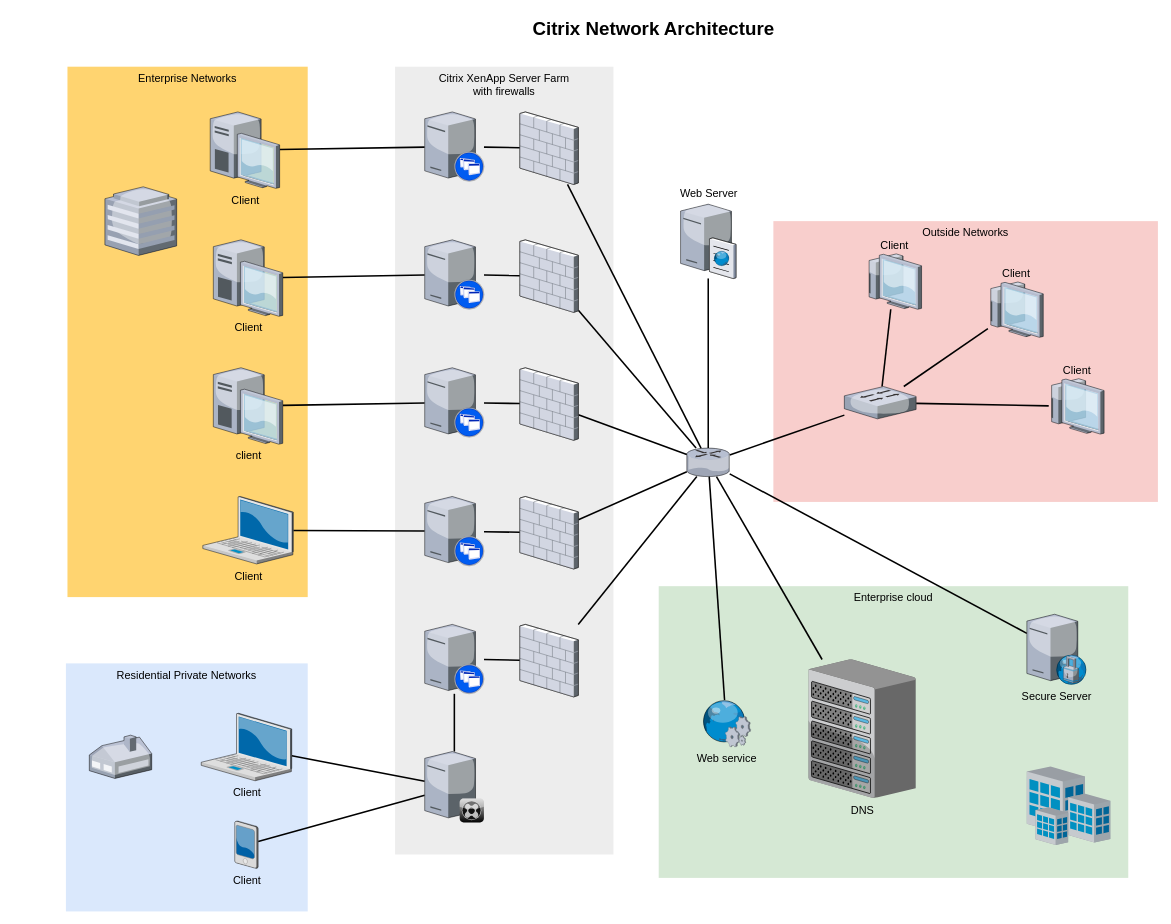
Earlier version of the draw.io diagram Untitled Diagram.drawio (cjjordao09/tutorials). Source tidied: cells renumbered, new cells numbered last; positions are measured from the earlier drawing's top-left corner, leaving out a move shared by most shapes. Both pictures are drawn from the tidied source at 78%, with x=0, y=0 at pixel (66, 13).
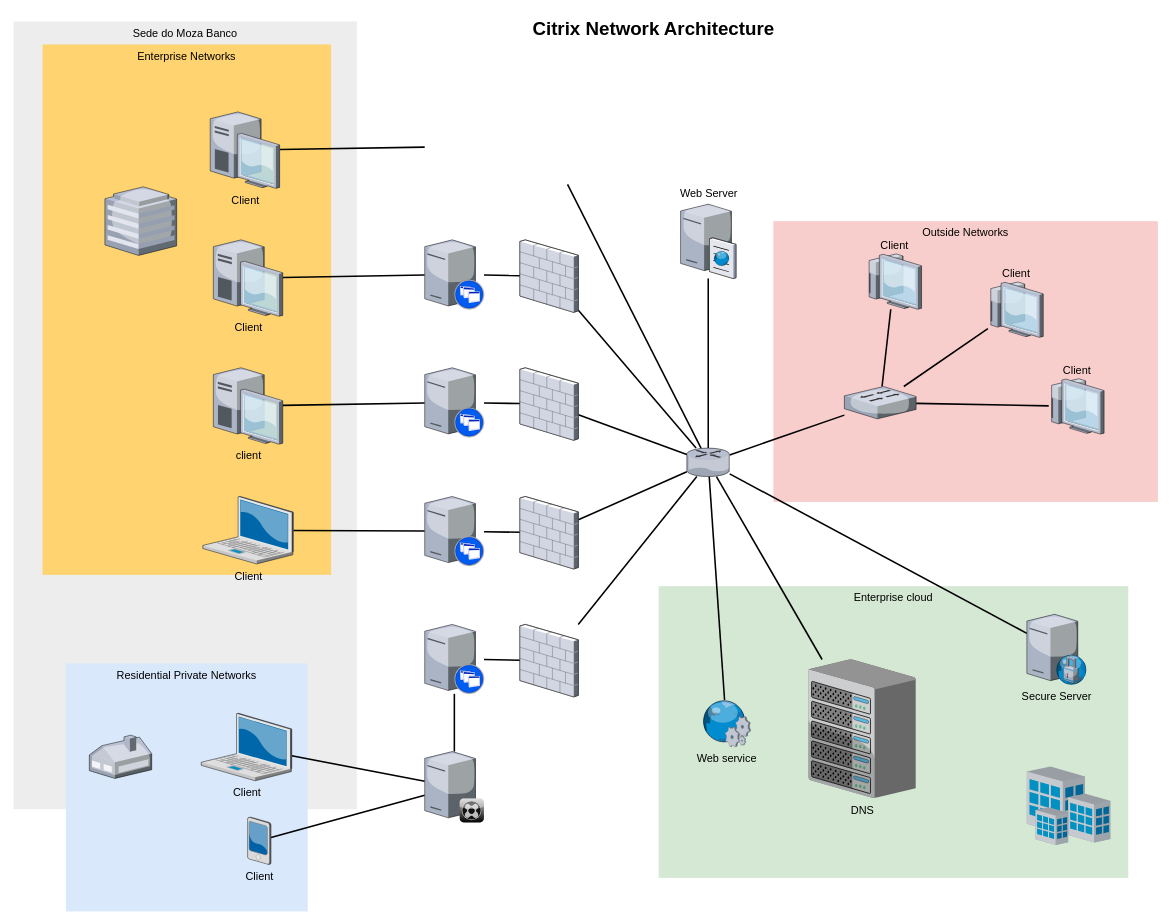
The same page after the edit.

The change refers to these unchanged cells:
```xml
<mxCell id="16" value="Client" style="verticalLabelPosition=bottom;html=1;verticalAlign=top;strokeColor=none;shape=mxgraph.citrix.desktop;fillColor=#66B2FF;gradientColor=#0066CC;fontSize=14;" parent="1" vertex="1">
  <mxGeometry x="185" y="126" width="89" height="98" as="geometry" />
</mxCell>
<mxCell id="33" style="verticalLabelPosition=bottom;html=1;verticalAlign=top;strokeColor=none;shape=mxgraph.citrix.router;fillColor=#66B2FF;gradientColor=#0066CC;fontSize=14;" parent="1" vertex="1">
  <mxGeometry x="796" y="557" width="55" height="36.5" as="geometry" />
</mxCell>
```

The edit, as a diff of the source:
```diff
@@
-    <mxCell id="4" value="Citrix XenApp Server Farm&lt;div&gt;with firewalls&lt;/div&gt;" style="whiteSpace=wrap;html=1;fillColor=#EDEDED;fontSize=14;strokeColor=none;verticalAlign=top;" parent="1" vertex="1">
-      <mxGeometry x="422" y="68" width="280" height="1010" as="geometry" />
+    <mxCell id="4" value="Sede do Moza Banco" style="whiteSpace=wrap;html=1;fillColor=#EDEDED;fontSize=14;strokeColor=none;verticalAlign=top;" parent="1" vertex="1">
+      <mxGeometry x="-67" y="10" width="440" height="1010" as="geometry" />
     </mxCell>
@@
     <mxCell id="6" value="Enterprise Networks" style="whiteSpace=wrap;html=1;fillColor=#FFD470;gradientColor=none;fontSize=14;strokeColor=none;verticalAlign=top;" parent="1" vertex="1">
-      <mxGeometry x="2" y="68" width="308" height="680" as="geometry" />
+      <mxGeometry x="-30" y="39.5" width="370" height="680" as="geometry" />
     </mxCell>
@@
-    <mxCell id="15" style="edgeStyle=none;rounded=0;html=1;startSize=10;endSize=10;jettySize=auto;fontSize=14;endArrow=none;endFill=0;strokeWidth=2;" parent="1" edge="1" source="16" target="28">
-      <mxGeometry relative="1" as="geometry" />
+    <mxCell id="15" style="edgeStyle=none;rounded=0;html=1;startSize=10;endSize=10;jettySize=auto;fontSize=14;endArrow=none;endFill=0;strokeWidth=2;" parent="1" edge="1" source="16">
+      <mxGeometry relative="1" as="geometry">
+        <mxPoint x="460" y="171.1" as="targetPoint" />
+      </mxGeometry>
     </mxCell>
@@
     <mxCell id="18" value="Client" style="verticalLabelPosition=bottom;html=1;verticalAlign=top;strokeColor=none;shape=mxgraph.citrix.pda;fillColor=#66B2FF;gradientColor=#0066CC;fontSize=14;" parent="1" vertex="1">
-      <mxGeometry x="216.5" y="1035" width="30" height="61" as="geometry" />
+      <mxGeometry x="233" y="1030" width="30" height="61" as="geometry" />
     </mxCell>
@@
-    <mxCell id="27" style="edgeStyle=none;rounded=0;html=1;startSize=10;endSize=10;jettySize=auto;fontSize=14;endArrow=none;endFill=0;strokeWidth=2;" parent="1" edge="1" source="28" target="39">
-      <mxGeometry relative="1" as="geometry" />
-    </mxCell>
-    <mxCell id="28" style="verticalLabelPosition=bottom;html=1;verticalAlign=top;strokeColor=none;shape=mxgraph.citrix.xenapp_server;fillColor=#66B2FF;gradientColor=#0066CC;fontSize=14;" parent="1" vertex="1">
-      <mxGeometry x="460" y="126" width="76" height="89" as="geometry" />
-    </mxCell>
@@
-    <mxCell id="38" style="edgeStyle=none;rounded=0;html=1;startSize=10;endSize=10;jettySize=auto;fontSize=14;endArrow=none;endFill=0;strokeWidth=2;" parent="1" edge="1" source="39" target="33">
-      <mxGeometry relative="1" as="geometry" />
+    <mxCell id="38" style="edgeStyle=none;rounded=0;html=1;startSize=10;endSize=10;jettySize=auto;fontSize=14;endArrow=none;endFill=0;strokeWidth=2;" parent="1" edge="1" target="33">
+      <mxGeometry relative="1" as="geometry">
+        <mxPoint x="643.1" y="219" as="sourcePoint" />
+      </mxGeometry>
     </mxCell>
-    <mxCell id="39" style="verticalLabelPosition=bottom;html=1;verticalAlign=top;strokeColor=none;shape=mxgraph.citrix.firewall;fillColor=#66B2FF;gradientColor=#0066CC;fontSize=14;" parent="1" vertex="1">
-      <mxGeometry x="582" y="126" width="75" height="93" as="geometry" />
-    </mxCell>
```
